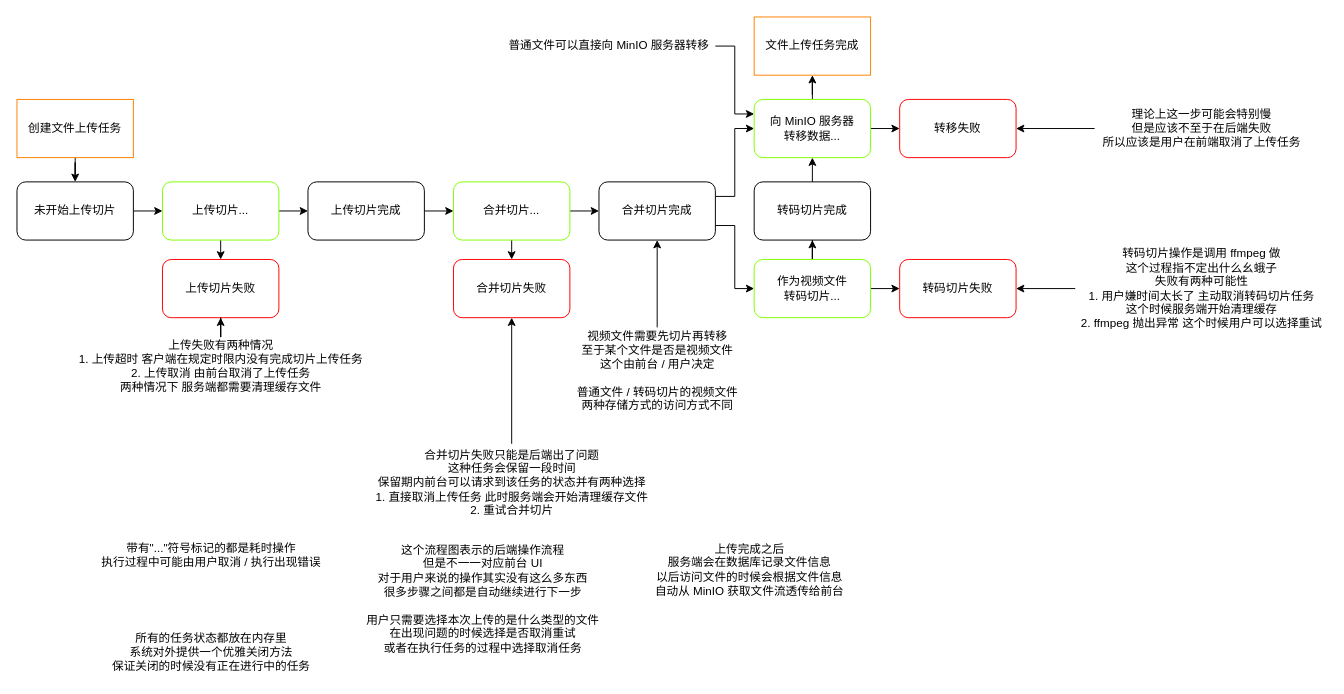
FirokOtaku/JFlowBytes keeps this draw.io diagram as doc/task_file_upload.drawio. Above is the earlier version. Source tidied: cells renumbered, new cells numbered last; positions are measured from the earlier drawing's top-left corner, leaving out a move shared by most shapes. Both pictures are drawn from the tidied source at 97%, with x=0, y=0 at pixel (16, 16).
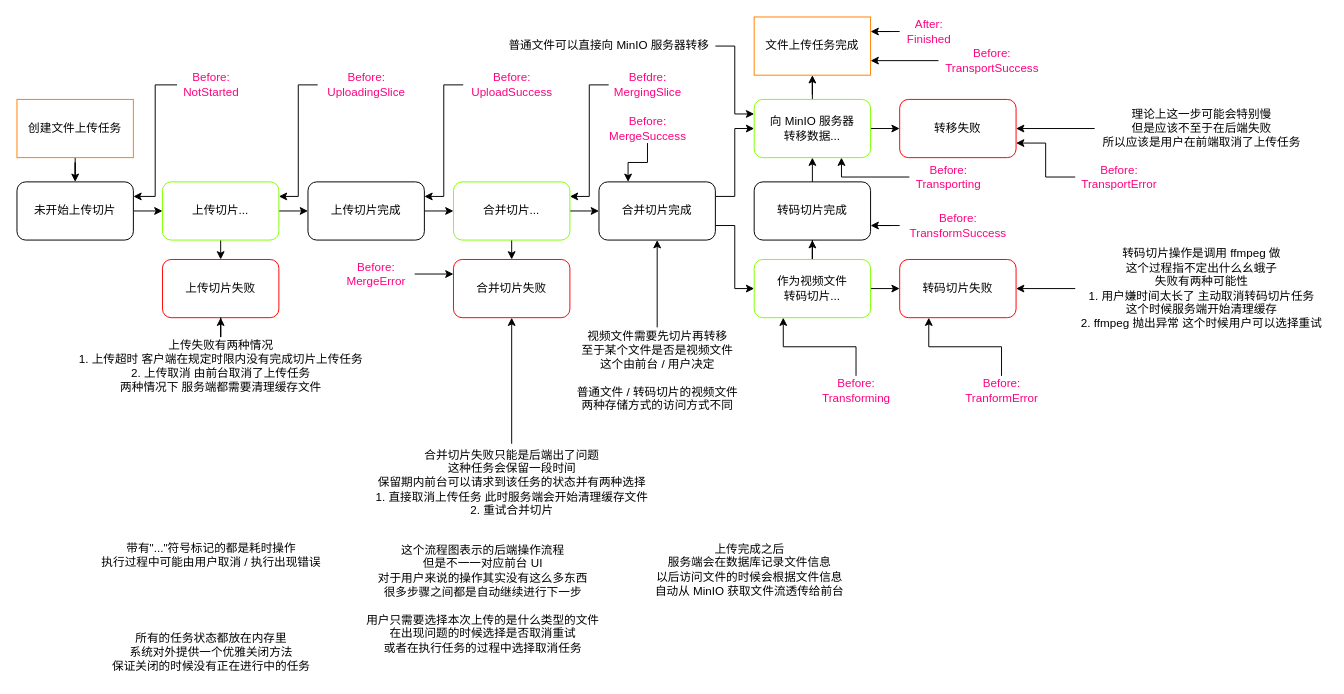
The same diagram, later.

Unchanged cells that the change refers to:
```xml
<mxCell id="8" value="上传切片..." style="rounded=1;whiteSpace=wrap;html=1;strokeColor=#80FF00;" parent="1" vertex="1">
  <mxGeometry x="150" y="170" width="120" height="60" as="geometry" />
</mxCell>
<mxCell id="10" value="上传切片完成" style="rounded=1;whiteSpace=wrap;html=1;" parent="1" vertex="1">
  <mxGeometry x="300" y="170" width="120" height="60" as="geometry" />
</mxCell>
<mxCell id="14" value="合并切片..." style="rounded=1;whiteSpace=wrap;html=1;strokeColor=#80FF00;" parent="1" vertex="1">
  <mxGeometry x="450" y="170" width="120" height="60" as="geometry" />
</mxCell>
<mxCell id="17" value="合并切片完成" style="rounded=1;whiteSpace=wrap;html=1;" parent="1" vertex="1">
  <mxGeometry x="600" y="170" width="120" height="60" as="geometry" />
</mxCell>
<mxCell id="18" value="合并切片失败" style="rounded=1;whiteSpace=wrap;html=1;strokeColor=#FF0000;" parent="1" vertex="1">
  <mxGeometry x="450" y="250" width="120" height="60" as="geometry" />
</mxCell>
<mxCell id="21" value="向 MinIO 服务器&lt;br&gt;转移数据..." style="rounded=1;whiteSpace=wrap;html=1;strokeColor=#80FF00;" parent="1" vertex="1">
  <mxGeometry x="760" y="85" width="120" height="60" as="geometry" />
</mxCell>
<mxCell id="24" value="作为视频文件&lt;br&gt;转码切片..." style="rounded=1;whiteSpace=wrap;html=1;strokeColor=#80FF00;" parent="1" vertex="1">
  <mxGeometry x="760" y="250" width="120" height="60" as="geometry" />
</mxCell>
<mxCell id="26" value="转码切片完成" style="rounded=1;whiteSpace=wrap;html=1;" parent="1" vertex="1">
  <mxGeometry x="760" y="170" width="120" height="60" as="geometry" />
</mxCell>
<mxCell id="27" value="转码切片失败" style="rounded=1;whiteSpace=wrap;html=1;strokeColor=#FF0000;" parent="1" vertex="1">
  <mxGeometry x="910" y="250" width="120" height="60" as="geometry" />
</mxCell>
<mxCell id="29" value="转移失败" style="rounded=1;whiteSpace=wrap;html=1;strokeColor=#FF0000;" parent="1" vertex="1">
  <mxGeometry x="910" y="85" width="120" height="60" as="geometry" />
</mxCell>
<mxCell id="30" value="文件上传任务完成" style="whiteSpace=wrap;html=1;strokeColor=#FF8000;" parent="1" vertex="1">
  <mxGeometry x="760" width="120" height="60" as="geometry" />
</mxCell>
```

Diff of the diagram source:
```diff
@@
-    <mxCell id="5" value="未开始上传切片" style="rounded=1;whiteSpace=wrap;html=1;" parent="1" vertex="1">
+    <mxCell id="5" value="未开始上传切片" style="rounded=1;whiteSpace=wrap;html=1;strokeColor=#000000;" parent="1" vertex="1">
       <mxGeometry y="170" width="120" height="60" as="geometry" />
     </mxCell>
@@
+    <mxCell id="46" style="edgeStyle=orthogonalEdgeStyle;rounded=0;jettySize=auto;html=1;entryX=1;entryY=0.25;entryDx=0;entryDy=0;" parent="1" edge="1" source="47" target="5">
+      <mxGeometry relative="1" as="geometry" />
+    </mxCell>
+    <mxCell id="47" value="Before:&lt;br&gt;NotStarted" style="text;html=1;align=center;verticalAlign=middle;points=[];strokeColor=none;fillColor=none;fontColor=#FF0080;" parent="1" vertex="1">
+      <mxGeometry x="165" y="55" width="70" height="30" as="geometry" />
+    </mxCell>
+    <mxCell id="48" style="edgeStyle=orthogonalEdgeStyle;rounded=0;jettySize=auto;html=1;entryX=1;entryY=0.25;entryDx=0;entryDy=0;" parent="1" edge="1" source="49" target="8">
+      <mxGeometry relative="1" as="geometry" />
+    </mxCell>
+    <mxCell id="49" value="Before:&lt;br&gt;UploadingSlice" style="text;html=1;align=center;verticalAlign=middle;points=[];strokeColor=none;fillColor=none;fontColor=#FF0080;" parent="1" vertex="1">
+      <mxGeometry x="310" y="55" width="100" height="30" as="geometry" />
+    </mxCell>
+    <mxCell id="50" style="edgeStyle=orthogonalEdgeStyle;rounded=0;jettySize=auto;html=1;entryX=1;entryY=0.25;entryDx=0;entryDy=0;" parent="1" edge="1" source="51" target="10">
+      <mxGeometry relative="1" as="geometry" />
+    </mxCell>
+    <mxCell id="51" value="Before:&lt;br&gt;UploadSuccess" style="text;html=1;align=center;verticalAlign=middle;points=[];strokeColor=none;fillColor=none;fontColor=#FF0080;" parent="1" vertex="1">
+      <mxGeometry x="460" y="55" width="100" height="30" as="geometry" />
+    </mxCell>
+    <mxCell id="52" style="edgeStyle=orthogonalEdgeStyle;rounded=0;jettySize=auto;html=1;entryX=1;entryY=0.25;entryDx=0;entryDy=0;" parent="1" edge="1" source="53" target="14">
+      <mxGeometry relative="1" as="geometry" />
+    </mxCell>
+    <mxCell id="53" value="Befdre:&lt;br&gt;MergingSlice" style="text;html=1;align=center;verticalAlign=middle;points=[];strokeColor=none;fillColor=none;fontColor=#FF0080;" parent="1" vertex="1">
+      <mxGeometry x="610" y="55" width="80" height="30" as="geometry" />
+    </mxCell>
+    <mxCell id="54" style="edgeStyle=orthogonalEdgeStyle;rounded=0;jettySize=auto;html=1;entryX=0.25;entryY=0;entryDx=0;entryDy=0;" parent="1" edge="1" source="55" target="17">
+      <mxGeometry relative="1" as="geometry" />
+    </mxCell>
+    <mxCell id="55" value="Before:&lt;br&gt;MergeSuccess" style="text;html=1;align=center;verticalAlign=middle;points=[];strokeColor=none;fillColor=none;fontColor=#FF0080;" parent="1" vertex="1">
+      <mxGeometry x="605" y="100" width="90" height="30" as="geometry" />
+    </mxCell>
+    <mxCell id="56" style="edgeStyle=orthogonalEdgeStyle;rounded=0;jettySize=auto;html=1;entryX=0;entryY=0.25;entryDx=0;entryDy=0;" parent="1" edge="1" source="57" target="18">
+      <mxGeometry relative="1" as="geometry" />
+    </mxCell>
+    <mxCell id="57" value="Before:&lt;br&gt;MergeError" style="text;html=1;align=center;verticalAlign=middle;points=[];strokeColor=none;fillColor=none;fontColor=#FF0080;" parent="1" vertex="1">
+      <mxGeometry x="330" y="250" width="80" height="30" as="geometry" />
+    </mxCell>
+    <mxCell id="58" style="edgeStyle=orthogonalEdgeStyle;rounded=0;jettySize=auto;html=1;entryX=0.25;entryY=1;entryDx=0;entryDy=0;" parent="1" edge="1" source="59" target="24">
+      <mxGeometry relative="1" as="geometry" />
+    </mxCell>
+    <mxCell id="59" value="Before:&lt;br&gt;Transforming" style="text;html=1;align=center;verticalAlign=middle;points=[];strokeColor=none;fillColor=none;fontColor=#FF0080;" parent="1" vertex="1">
+      <mxGeometry x="820" y="370" width="90" height="30" as="geometry" />
+    </mxCell>
+    <mxCell id="60" style="edgeStyle=orthogonalEdgeStyle;rounded=0;jettySize=auto;html=1;entryX=0.25;entryY=1;entryDx=0;entryDy=0;" parent="1" edge="1" source="61" target="27">
+      <mxGeometry relative="1" as="geometry" />
+    </mxCell>
+    <mxCell id="61" value="Before:&lt;br&gt;TranformError" style="text;html=1;align=center;verticalAlign=middle;points=[];strokeColor=none;fillColor=none;fontColor=#FF0080;" parent="1" vertex="1">
+      <mxGeometry x="970" y="370" width="90" height="30" as="geometry" />
+    </mxCell>
+    <mxCell id="62" style="edgeStyle=orthogonalEdgeStyle;rounded=0;jettySize=auto;html=1;entryX=1;entryY=0.75;entryDx=0;entryDy=0;" parent="1" edge="1" source="63" target="26">
+      <mxGeometry relative="1" as="geometry" />
+    </mxCell>
+    <mxCell id="63" value="Before:&lt;br&gt;TransformSuccess" style="text;html=1;align=center;verticalAlign=middle;points=[];strokeColor=none;fillColor=none;fontColor=#FF0080;" parent="1" vertex="1">
+      <mxGeometry x="910" y="200" width="120" height="30" as="geometry" />
+    </mxCell>
+    <mxCell id="64" style="edgeStyle=orthogonalEdgeStyle;rounded=0;jettySize=auto;html=1;entryX=0.75;entryY=1;entryDx=0;entryDy=0;" parent="1" edge="1" source="65" target="21">
+      <mxGeometry relative="1" as="geometry" />
+    </mxCell>
+    <mxCell id="65" value="Before:&lt;br&gt;Transporting" style="text;html=1;align=center;verticalAlign=middle;points=[];strokeColor=none;fillColor=none;fontColor=#FF0080;" parent="1" vertex="1">
+      <mxGeometry x="920" y="150" width="80" height="30" as="geometry" />
+    </mxCell>
+    <mxCell id="66" style="edgeStyle=orthogonalEdgeStyle;rounded=0;jettySize=auto;html=1;entryX=1;entryY=0.75;entryDx=0;entryDy=0;" parent="1" edge="1" source="67" target="29">
+      <mxGeometry relative="1" as="geometry" />
+    </mxCell>
+    <mxCell id="67" value="Before:&lt;br&gt;TransportError" style="text;html=1;align=center;verticalAlign=middle;points=[];strokeColor=none;fillColor=none;fontColor=#FF0080;" parent="1" vertex="1">
+      <mxGeometry x="1091" y="150" width="90" height="30" as="geometry" />
+    </mxCell>
+    <mxCell id="68" style="edgeStyle=orthogonalEdgeStyle;rounded=0;jettySize=auto;html=1;entryX=1;entryY=0.75;entryDx=0;entryDy=0;" parent="1" edge="1" source="69" target="30">
+      <mxGeometry relative="1" as="geometry" />
+    </mxCell>
+    <mxCell id="69" value="Before:&lt;br&gt;TransportSuccess" style="text;html=1;align=center;verticalAlign=middle;points=[];strokeColor=none;fillColor=none;fontColor=#FF0080;" parent="1" vertex="1">
+      <mxGeometry x="950" y="30" width="110" height="30" as="geometry" />
+    </mxCell>
+    <mxCell id="70" style="edgeStyle=orthogonalEdgeStyle;rounded=0;jettySize=auto;html=1;entryX=1;entryY=0.25;entryDx=0;entryDy=0;" parent="1" edge="1" source="71" target="30">
+      <mxGeometry relative="1" as="geometry" />
+    </mxCell>
+    <mxCell id="71" value="After:&lt;br&gt;Finished" style="text;html=1;align=center;verticalAlign=middle;points=[];strokeColor=none;fillColor=none;fontColor=#FF0080;" parent="1" vertex="1">
+      <mxGeometry x="910" width="60" height="30" as="geometry" />
+    </mxCell>
```
